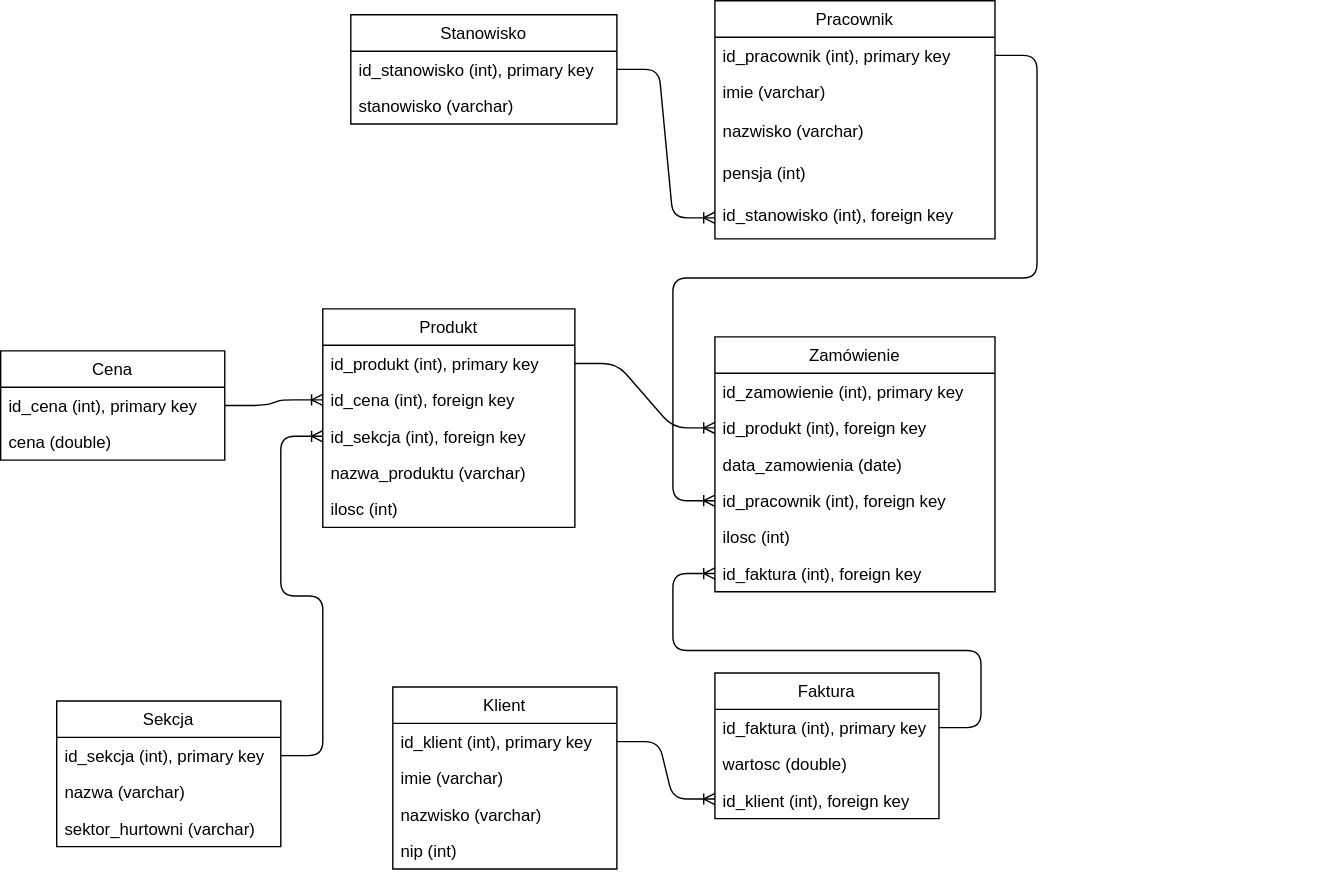
The draw.io diagram resources/projekt.svg in aleksos54/db2020-project-hurtownia-sp, before a commit. Source tidied: cells renumbered, new cells last; positions are measured from the earlier drawing's top-left corner, leaving out a move shared by most shapes. The source it was exported from:
```xml
<mxGraphModel>
  <root>
    <mxCell id="0" />
    <mxCell id="1" parent="0" />
    <mxCell id="2" style="edgeStyle=entityRelationEdgeStyle;fontSize=12;html=1;endArrow=ERoneToMany;exitX=1;exitY=0.5;exitDx=0;exitDy=0;" parent="1" edge="1" source="44">
      <mxGeometry relative="1" as="geometry">
        <mxPoint x="510" y="570" as="targetPoint" />
      </mxGeometry>
    </mxCell>
    <mxCell id="3" style="edgeStyle=entityRelationEdgeStyle;fontSize=12;html=1;endArrow=ERoneToMany;entryX=0;entryY=0.5;entryDx=0;entryDy=0;exitX=1;exitY=0.5;exitDx=0;exitDy=0;" parent="1" edge="1" source="29" target="9">
      <mxGeometry relative="1" as="geometry" />
    </mxCell>
    <mxCell id="4" value="Pracownik" style="swimlane;fontStyle=0;horizontal=1;startSize=26;fillColor=none;" parent="1" vertex="1">
      <mxGeometry x="510" width="200" height="170" as="geometry" />
    </mxCell>
    <mxCell id="5" value="id_pracownik (int), primary key" style="text;strokeColor=none;fillColor=none;align=left;verticalAlign=top;spacingLeft=4;spacingRight=4;overflow=hidden;points=[[0,0.5],[1,0.5]];portConstraint=eastwest;" parent="4" vertex="1">
      <mxGeometry y="26" width="200" height="26" as="geometry" />
    </mxCell>
    <mxCell id="6" value="imie (varchar)" style="text;strokeColor=none;fillColor=none;align=left;verticalAlign=top;spacingLeft=4;spacingRight=4;overflow=hidden;" parent="4" vertex="1">
      <mxGeometry y="52" width="200" height="28" as="geometry" />
    </mxCell>
    <mxCell id="7" value="nazwisko (varchar)" style="text;strokeColor=none;fillColor=none;align=left;verticalAlign=top;spacingLeft=4;spacingRight=4;overflow=hidden;" parent="4" vertex="1">
      <mxGeometry y="80" width="200" height="30" as="geometry" />
    </mxCell>
    <mxCell id="8" value="pensja (int)" style="text;strokeColor=none;fillColor=none;align=left;verticalAlign=top;spacingLeft=4;spacingRight=4;overflow=hidden;" parent="4" vertex="1">
      <mxGeometry y="110" width="200" height="30" as="geometry" />
    </mxCell>
    <mxCell id="9" value="id_stanowisko (int), foreign key" style="text;strokeColor=none;fillColor=none;align=left;verticalAlign=top;spacingLeft=4;spacingRight=4;overflow=hidden;points=[[0,0.5],[1,0.5]];portConstraint=eastwest;" parent="4" vertex="1">
      <mxGeometry y="140" width="200" height="30" as="geometry" />
    </mxCell>
    <mxCell id="10" value="Zamówienie" style="swimlane;fontStyle=0;horizontal=1;startSize=26;fillColor=none;" parent="1" vertex="1">
      <mxGeometry x="510" y="240" width="200" height="182" as="geometry" />
    </mxCell>
    <mxCell id="11" value="id_zamowienie (int), primary key" style="text;strokeColor=none;fillColor=none;align=left;verticalAlign=top;spacingLeft=4;spacingRight=4;overflow=hidden;" parent="10" vertex="1">
      <mxGeometry y="26" width="200" height="26" as="geometry" />
    </mxCell>
    <mxCell id="12" value="id_produkt (int), foreign key" style="text;strokeColor=none;fillColor=none;align=left;verticalAlign=top;spacingLeft=4;spacingRight=4;overflow=hidden;points=[[0,0.5],[1,0.5]];portConstraint=eastwest;" parent="10" vertex="1">
      <mxGeometry y="52" width="200" height="26" as="geometry" />
    </mxCell>
    <mxCell id="13" value="data_zamowienia (date)" style="text;strokeColor=none;fillColor=none;align=left;verticalAlign=top;spacingLeft=4;spacingRight=4;overflow=hidden;" parent="10" vertex="1">
      <mxGeometry y="78" width="200" height="26" as="geometry" />
    </mxCell>
    <mxCell id="14" value="id_pracownik (int), foreign key" style="text;strokeColor=none;fillColor=none;align=left;verticalAlign=top;spacingLeft=4;spacingRight=4;overflow=hidden;points=[[0,0.5],[1,0.5]];portConstraint=eastwest;" parent="10" vertex="1">
      <mxGeometry y="104" width="200" height="26" as="geometry" />
    </mxCell>
    <mxCell id="15" value="ilosc (int)" style="text;strokeColor=none;fillColor=none;align=left;verticalAlign=top;spacingLeft=4;spacingRight=4;overflow=hidden;" parent="10" vertex="1">
      <mxGeometry y="130" width="200" height="26" as="geometry" />
    </mxCell>
    <mxCell id="16" value="id_faktura (int), foreign key" style="text;strokeColor=none;fillColor=none;align=left;verticalAlign=top;spacingLeft=4;spacingRight=4;overflow=hidden;points=[[0,0.5],[1,0.5]];portConstraint=eastwest;" parent="10" vertex="1">
      <mxGeometry y="156" width="200" height="26" as="geometry" />
    </mxCell>
    <mxCell id="17" value="Produkt" style="swimlane;fontStyle=0;horizontal=1;startSize=26;fillColor=none;" parent="1" vertex="1">
      <mxGeometry x="230" y="220" width="180" height="156" as="geometry" />
    </mxCell>
    <mxCell id="18" value="id_produkt (int), primary key" style="text;strokeColor=none;fillColor=none;align=left;verticalAlign=top;spacingLeft=4;spacingRight=4;overflow=hidden;points=[[0,0.5],[1,0.5]];portConstraint=eastwest;" parent="17" vertex="1">
      <mxGeometry y="26" width="180" height="26" as="geometry" />
    </mxCell>
    <mxCell id="19" value="id_cena (int), foreign key" style="text;strokeColor=none;fillColor=none;align=left;verticalAlign=top;spacingLeft=4;spacingRight=4;overflow=hidden;points=[[0,0.5],[1,0.5]];portConstraint=eastwest;" parent="17" vertex="1">
      <mxGeometry y="52" width="180" height="26" as="geometry" />
    </mxCell>
    <mxCell id="20" value="id_sekcja (int), foreign key" style="text;strokeColor=none;fillColor=none;align=left;verticalAlign=top;spacingLeft=4;spacingRight=4;overflow=hidden;points=[[0,0.5],[1,0.5]];portConstraint=eastwest;" parent="17" vertex="1">
      <mxGeometry y="78" width="180" height="26" as="geometry" />
    </mxCell>
    <mxCell id="21" value="nazwa_produktu (varchar)" style="text;strokeColor=none;fillColor=none;align=left;verticalAlign=top;spacingLeft=4;spacingRight=4;overflow=hidden;" parent="17" vertex="1">
      <mxGeometry y="104" width="180" height="26" as="geometry" />
    </mxCell>
    <mxCell id="22" value="ilosc (int)" style="text;strokeColor=none;fillColor=none;align=left;verticalAlign=top;spacingLeft=4;spacingRight=4;overflow=hidden;" parent="17" vertex="1">
      <mxGeometry y="130" width="180" height="26" as="geometry" />
    </mxCell>
    <mxCell id="23" style="edgeStyle=entityRelationEdgeStyle;fontSize=12;html=1;endArrow=ERoneToMany;exitX=1;exitY=0.5;exitDx=0;exitDy=0;entryX=0;entryY=0.5;entryDx=0;entryDy=0;" parent="1" edge="1" source="25" target="20">
      <mxGeometry relative="1" as="geometry" />
    </mxCell>
    <mxCell id="24" value="Sekcja" style="swimlane;fontStyle=0;horizontal=1;startSize=26;fillColor=none;" parent="1" vertex="1">
      <mxGeometry x="40" y="500" width="160" height="104" as="geometry" />
    </mxCell>
    <mxCell id="25" value="id_sekcja (int), primary key" style="text;strokeColor=none;fillColor=none;align=left;verticalAlign=top;spacingLeft=4;spacingRight=4;overflow=hidden;points=[[0,0.5],[1,0.5]];portConstraint=eastwest;" parent="24" vertex="1">
      <mxGeometry y="26" width="160" height="26" as="geometry" />
    </mxCell>
    <mxCell id="26" value="nazwa (varchar)" style="text;strokeColor=none;fillColor=none;align=left;verticalAlign=top;spacingLeft=4;spacingRight=4;overflow=hidden;" parent="24" vertex="1">
      <mxGeometry y="52" width="160" height="26" as="geometry" />
    </mxCell>
    <mxCell id="27" value="sektor_hurtowni (varchar)" style="text;strokeColor=none;fillColor=none;align=left;verticalAlign=top;spacingLeft=4;spacingRight=4;overflow=hidden;" parent="24" vertex="1">
      <mxGeometry y="78" width="160" height="26" as="geometry" />
    </mxCell>
    <mxCell id="28" value="Stanowisko" style="swimlane;fontStyle=0;horizontal=1;startSize=26;fillColor=none;" parent="1" vertex="1">
      <mxGeometry x="250" y="10" width="190" height="78" as="geometry" />
    </mxCell>
    <mxCell id="29" value="id_stanowisko (int), primary key" style="text;strokeColor=none;fillColor=none;align=left;verticalAlign=top;spacingLeft=4;spacingRight=4;overflow=hidden;points=[[0,0.5],[1,0.5]];portConstraint=eastwest;" parent="28" vertex="1">
      <mxGeometry y="26" width="190" height="26" as="geometry" />
    </mxCell>
    <mxCell id="30" value="stanowisko (varchar)" style="text;strokeColor=none;fillColor=none;align=left;verticalAlign=top;spacingLeft=4;spacingRight=4;overflow=hidden;" parent="28" vertex="1">
      <mxGeometry y="52" width="190" height="26" as="geometry" />
    </mxCell>
    <mxCell id="31" style="edgeStyle=entityRelationEdgeStyle;fontSize=12;html=1;endArrow=ERoneToMany;exitX=1;exitY=0.5;exitDx=0;exitDy=0;entryX=0;entryY=0.5;entryDx=0;entryDy=0;" parent="1" edge="1" source="33" target="19">
      <mxGeometry relative="1" as="geometry" />
    </mxCell>
    <mxCell id="32" value="Cena" style="swimlane;fontStyle=0;horizontal=1;startSize=26;fillColor=none;" parent="1" vertex="1">
      <mxGeometry y="250" width="160" height="78" as="geometry" />
    </mxCell>
    <mxCell id="33" value="id_cena (int), primary key" style="text;strokeColor=none;fillColor=none;align=left;verticalAlign=top;spacingLeft=4;spacingRight=4;overflow=hidden;points=[[0,0.5],[1,0.5]];portConstraint=eastwest;" parent="32" vertex="1">
      <mxGeometry y="26" width="160" height="26" as="geometry" />
    </mxCell>
    <mxCell id="34" value="cena (double)" style="text;strokeColor=none;fillColor=none;align=left;verticalAlign=top;spacingLeft=4;spacingRight=4;overflow=hidden;" parent="32" vertex="1">
      <mxGeometry y="52" width="160" height="26" as="geometry" />
    </mxCell>
    <mxCell id="35" style="edgeStyle=entityRelationEdgeStyle;fontSize=12;html=1;endArrow=ERoneToMany;entryX=0;entryY=0.5;entryDx=0;entryDy=0;exitX=1;exitY=0.5;exitDx=0;exitDy=0;" parent="1" edge="1" source="18" target="12">
      <mxGeometry relative="1" as="geometry" />
    </mxCell>
    <mxCell id="36" style="edgeStyle=entityRelationEdgeStyle;fontSize=12;html=1;endArrow=ERoneToMany;entryX=0;entryY=0.5;entryDx=0;entryDy=0;exitX=1;exitY=0.5;exitDx=0;exitDy=0;" parent="1" edge="1" source="38" target="16">
      <mxGeometry relative="1" as="geometry" />
    </mxCell>
    <mxCell id="37" value="Faktura" style="swimlane;fontStyle=0;horizontal=1;startSize=26;fillColor=none;" parent="1" vertex="1">
      <mxGeometry x="510" y="480" width="160" height="104" as="geometry" />
    </mxCell>
    <mxCell id="38" value="id_faktura (int), primary key" style="text;strokeColor=none;fillColor=none;align=left;verticalAlign=top;spacingLeft=4;spacingRight=4;overflow=hidden;points=[[0,0.5],[1,0.5]];portConstraint=eastwest;" parent="37" vertex="1">
      <mxGeometry y="26" width="160" height="26" as="geometry" />
    </mxCell>
    <mxCell id="39" value="wartosc (double)" style="text;strokeColor=none;fillColor=none;align=left;verticalAlign=top;spacingLeft=4;spacingRight=4;overflow=hidden;" parent="37" vertex="1">
      <mxGeometry y="52" width="160" height="26" as="geometry" />
    </mxCell>
    <mxCell id="40" value="id_klient (int), foreign key" style="text;strokeColor=none;fillColor=none;align=left;verticalAlign=top;spacingLeft=4;spacingRight=4;overflow=hidden;" parent="37" vertex="1">
      <mxGeometry y="78" width="160" height="26" as="geometry" />
    </mxCell>
    <mxCell id="41" style="edgeStyle=entityRelationEdgeStyle;fontSize=12;html=1;endArrow=ERoneToMany;rounded=1;strokeColor=none;" parent="1" edge="1">
      <mxGeometry relative="1" as="geometry">
        <mxPoint x="750" y="290" as="sourcePoint" />
        <mxPoint x="950" y="150" as="targetPoint" />
      </mxGeometry>
    </mxCell>
    <mxCell id="42" style="edgeStyle=none;rounded=1;orthogonalLoop=1;jettySize=auto;html=1;exitX=0.75;exitY=0;exitDx=0;exitDy=0;" parent="1" edge="1" source="43" target="43">
      <mxGeometry relative="1" as="geometry" />
    </mxCell>
    <mxCell id="43" value="Klient" style="swimlane;fontStyle=0;horizontal=1;startSize=26;fillColor=none;" parent="1" vertex="1">
      <mxGeometry x="280" y="490" width="160" height="130" as="geometry" />
    </mxCell>
    <mxCell id="44" value="id_klient (int), primary key" style="text;strokeColor=none;fillColor=none;align=left;verticalAlign=top;spacingLeft=4;spacingRight=4;overflow=hidden;points=[[0,0.5],[1,0.5]];portConstraint=eastwest;" parent="43" vertex="1">
      <mxGeometry y="26" width="160" height="26" as="geometry" />
    </mxCell>
    <mxCell id="45" value="imie (varchar)" style="text;strokeColor=none;fillColor=none;align=left;verticalAlign=top;spacingLeft=4;spacingRight=4;overflow=hidden;" parent="43" vertex="1">
      <mxGeometry y="52" width="160" height="26" as="geometry" />
    </mxCell>
    <mxCell id="46" value="nazwisko (varchar)" style="text;strokeColor=none;fillColor=none;align=left;verticalAlign=top;spacingLeft=4;spacingRight=4;overflow=hidden;" parent="43" vertex="1">
      <mxGeometry y="78" width="160" height="26" as="geometry" />
    </mxCell>
    <mxCell id="47" value="nip (int)" style="text;strokeColor=none;fillColor=none;align=left;verticalAlign=top;spacingLeft=4;spacingRight=4;overflow=hidden;" parent="43" vertex="1">
      <mxGeometry y="104" width="160" height="26" as="geometry" />
    </mxCell>
    <mxCell id="48" style="edgeStyle=entityRelationEdgeStyle;fontSize=12;html=1;endArrow=ERoneToMany;exitX=1;exitY=0.5;exitDx=0;exitDy=0;entryX=0;entryY=0.5;entryDx=0;entryDy=0;" parent="1" edge="1" source="5" target="14">
      <mxGeometry relative="1" as="geometry" />
    </mxCell>
  </root>
</mxGraphModel>
```
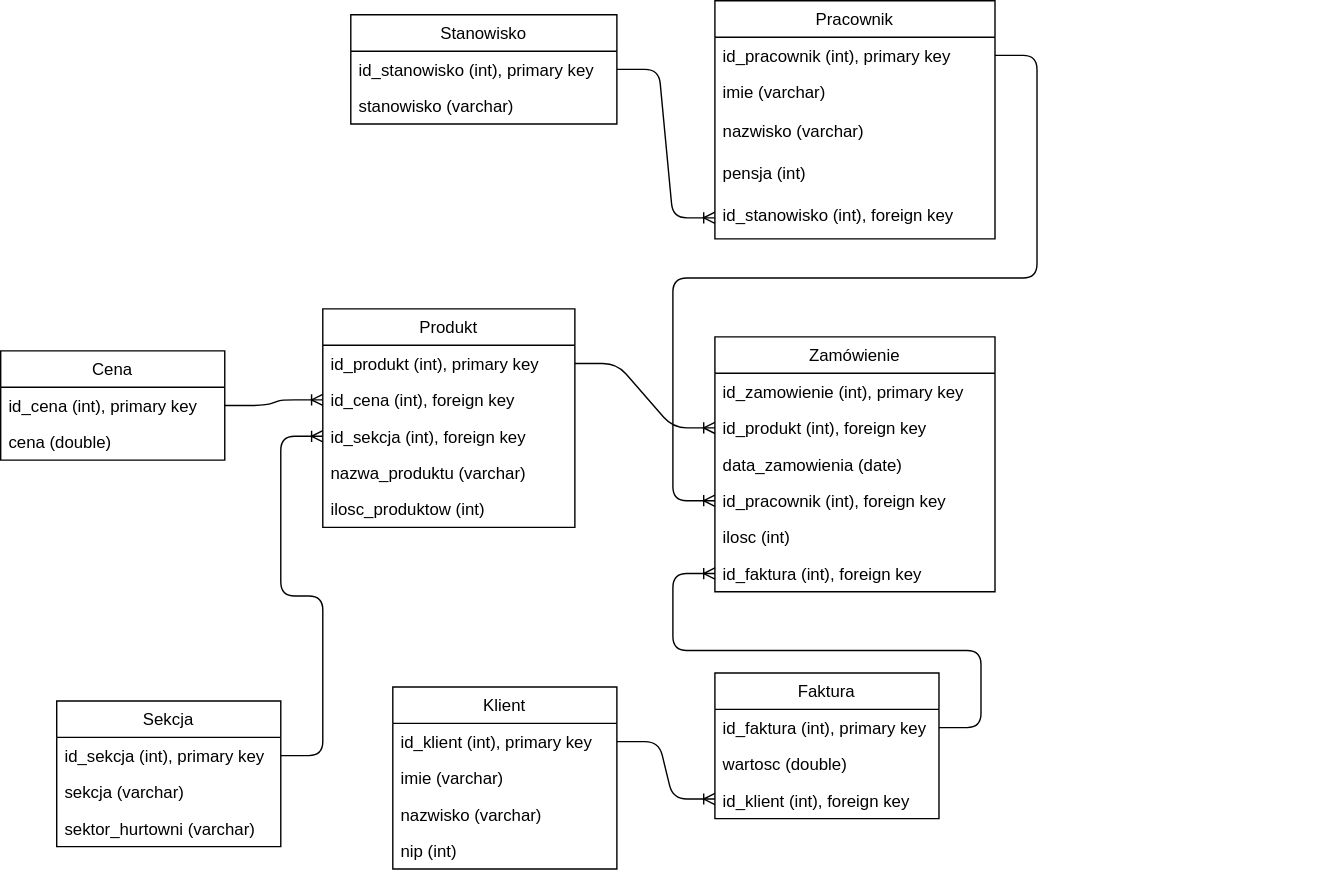
The same diagram one commit later.

Commit message:
Aktualizacja schematu

Change to the diagram source:
```diff
@@ -64,7 +64,7 @@
     <mxCell id="21" value="nazwa_produktu (varchar)" style="text;strokeColor=none;fillColor=none;align=left;verticalAlign=top;spacingLeft=4;spacingRight=4;overflow=hidden;" parent="17" vertex="1">
       <mxGeometry y="104" width="180" height="26" as="geometry" />
     </mxCell>
-    <mxCell id="22" value="ilosc (int)" style="text;strokeColor=none;fillColor=none;align=left;verticalAlign=top;spacingLeft=4;spacingRight=4;overflow=hidden;" parent="17" vertex="1">
+    <mxCell id="22" value="ilosc_produktow (int)" style="text;strokeColor=none;fillColor=none;align=left;verticalAlign=top;spacingLeft=4;spacingRight=4;overflow=hidden;" parent="17" vertex="1">
       <mxGeometry y="130" width="180" height="26" as="geometry" />
     </mxCell>
     <mxCell id="23" style="edgeStyle=entityRelationEdgeStyle;fontSize=12;html=1;endArrow=ERoneToMany;exitX=1;exitY=0.5;exitDx=0;exitDy=0;entryX=0;entryY=0.5;entryDx=0;entryDy=0;" parent="1" edge="1" source="25" target="20">
@@ -76,7 +76,7 @@
     <mxCell id="25" value="id_sekcja (int), primary key" style="text;strokeColor=none;fillColor=none;align=left;verticalAlign=top;spacingLeft=4;spacingRight=4;overflow=hidden;points=[[0,0.5],[1,0.5]];portConstraint=eastwest;" parent="24" vertex="1">
       <mxGeometry y="26" width="160" height="26" as="geometry" />
     </mxCell>
-    <mxCell id="26" value="nazwa (varchar)" style="text;strokeColor=none;fillColor=none;align=left;verticalAlign=top;spacingLeft=4;spacingRight=4;overflow=hidden;" parent="24" vertex="1">
+    <mxCell id="26" value="sekcja (varchar)" style="text;strokeColor=none;fillColor=none;align=left;verticalAlign=top;spacingLeft=4;spacingRight=4;overflow=hidden;" parent="24" vertex="1">
       <mxGeometry y="52" width="160" height="26" as="geometry" />
     </mxCell>
     <mxCell id="27" value="sektor_hurtowni (varchar)" style="text;strokeColor=none;fillColor=none;align=left;verticalAlign=top;spacingLeft=4;spacingRight=4;overflow=hidden;" parent="24" vertex="1">
```
